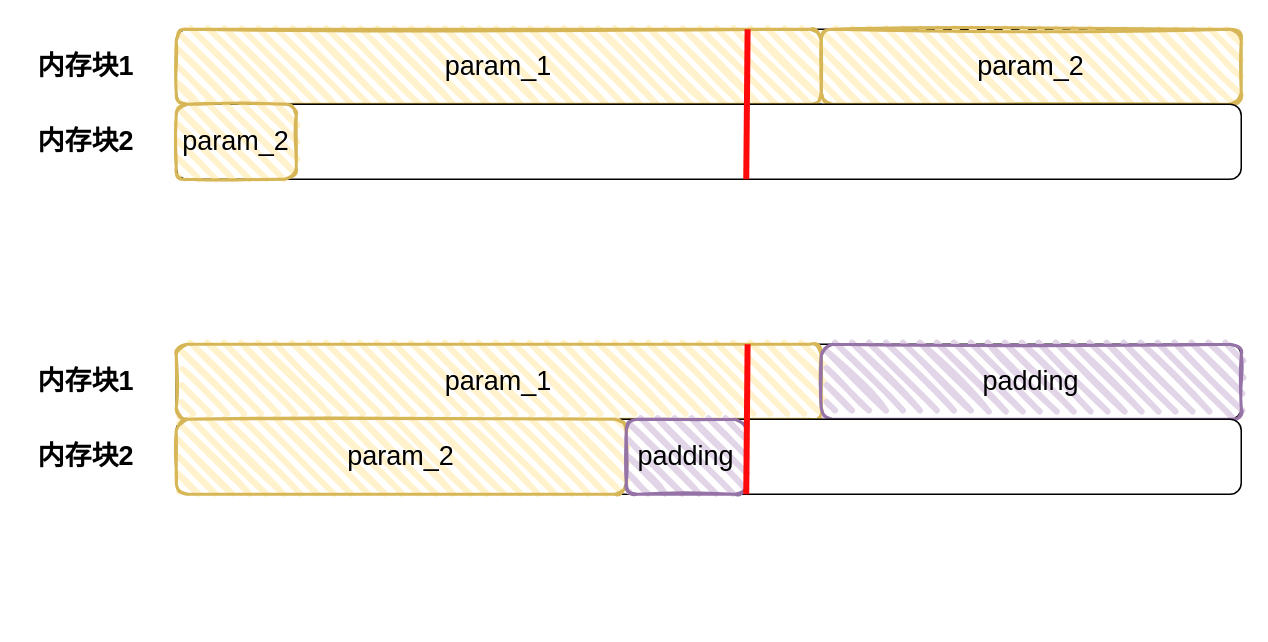
zty-king/zty-king keeps this draw.io diagram as 内存对齐.drawio. Above is the earlier version. Source tidied: cells renumbered, new cells numbered last; positions are measured from the earlier drawing's top-left corner, leaving out a move shared by most shapes. Both pictures are drawn from the tidied source at 150%, with x=0, y=0 at pixel (26, 28).
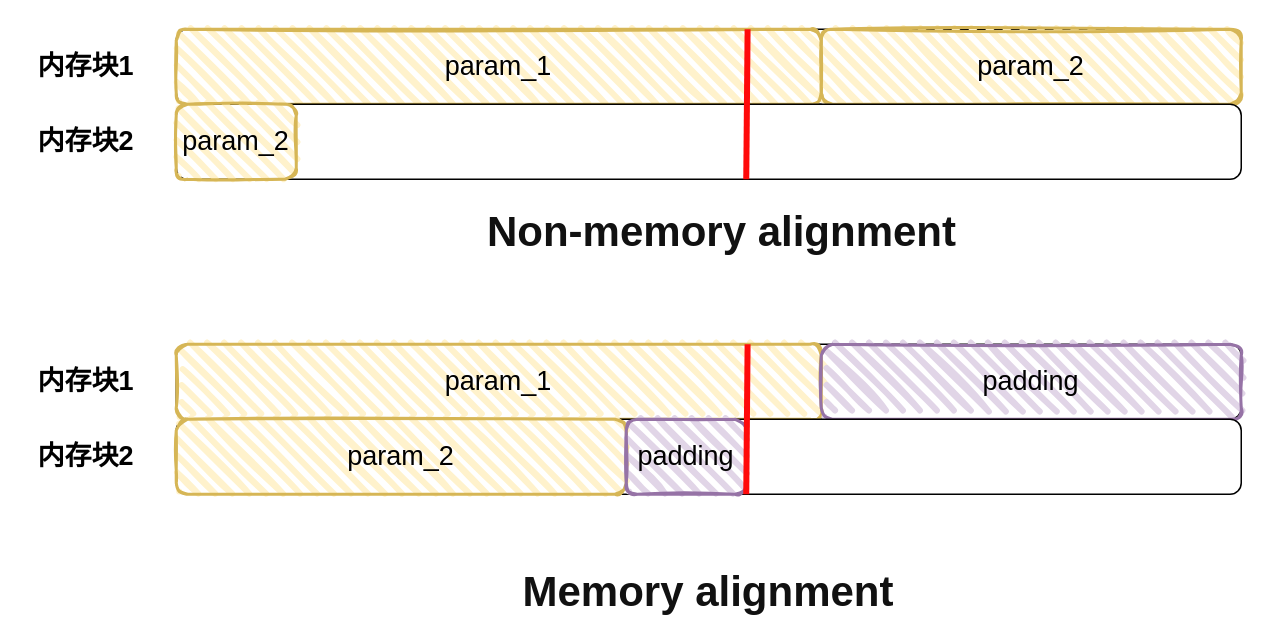
The same page after the edit.

Commit message (it also covers changes not shown here):
更新内存对齐.drawio

Diff of the diagram source:
```diff
@@
+    <mxCell id="19" value="&lt;span style=&quot;color: rgb(17, 17, 17); font-family: Arial, Helvetica, sans-serif; font-size: 28px; text-align: start; white-space-collapse: preserve;&quot;&gt;&lt;b&gt;Memory alignment&lt;/b&gt;&lt;/span&gt;" style="text;html=1;whiteSpace=wrap;strokeColor=none;fillColor=none;align=center;verticalAlign=middle;rounded=0;" parent="1" vertex="1">
+      <mxGeometry x="275" y="360" width="360" height="30" as="geometry" />
+    </mxCell>
+    <mxCell id="20" value="&lt;span style=&quot;color: rgb(17, 17, 17); font-family: Arial, Helvetica, sans-serif; font-size: 28px; text-align: start; white-space-collapse: preserve;&quot;&gt;&lt;b&gt;Non-memory alignment&lt;/b&gt;&lt;/span&gt;" style="text;html=1;whiteSpace=wrap;strokeColor=none;fillColor=none;align=center;verticalAlign=middle;rounded=0;" parent="1" vertex="1">
+      <mxGeometry x="284" y="120" width="360" height="30" as="geometry" />
+    </mxCell>
```
